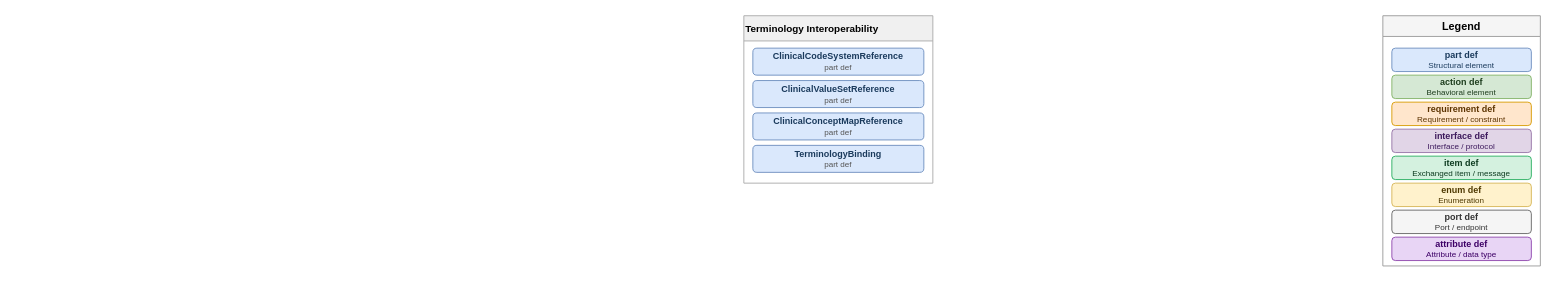
Above: page "ontology-clinical-interop" (4 of 9) of docs/src/diagrams/ontology.drawio in memoarchitect/memo-architect (draw.io), before the change. Source tidied: cells renumbered, new cells numbered last; positions are measured from the earlier drawing's top-left corner, leaving out a move shared by most shapes. Both pictures are drawn from the tidied source at 90%, with x=0, y=0 at pixel (743, 15).
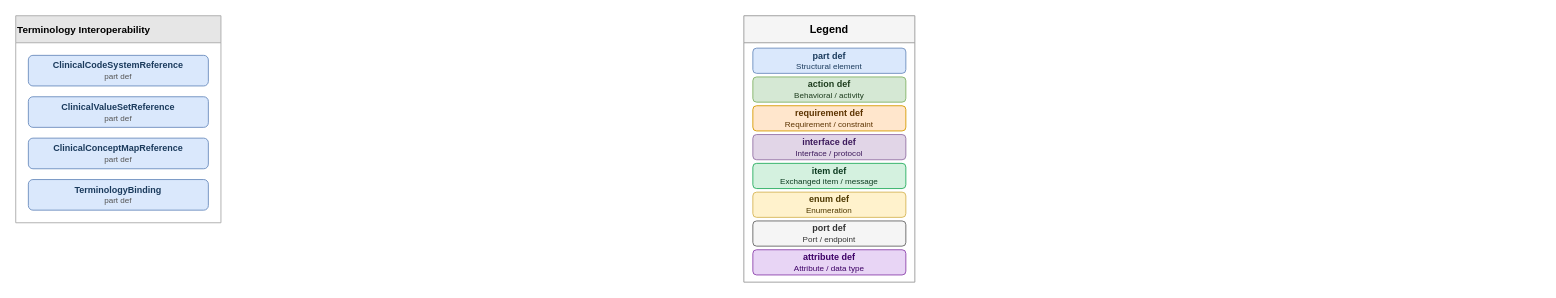
The same diagram, later.

Commit message (it also covers changes not shown here):
docs: improve ontology diagram — side-exit arrows, wider element spacing

Change to the diagram source:
```diff
@@
 <mxGraphModel>
   <root>
     <mxCell id="0" />
     <mxCell id="1" parent="0" />
+    <mxCell id="16" value="Terminology Interoperability" style="swimlane;fontStyle=1;align=left;startSize=30;fillColor=#e6e6e6;strokeColor=#aaaaaa;fontSize=11;swimlaneLine=1;" parent="1" vertex="1">
+      <mxGeometry x="-809" width="228" height="230" as="geometry" />
+    </mxCell>
+    <mxCell id="17" value="&lt;b&gt;ClinicalCodeSystemReference&lt;/b&gt;&lt;br/&gt;&lt;font style=&quot;font-size:9px;color:#555&quot;&gt;part def&lt;/font&gt;" style="rounded=1;whiteSpace=wrap;html=1;fillColor=#dae8fc;strokeColor=#6c8ebf;fontColor=#1a3a5c;fontSize=10;" parent="16" vertex="1">
+      <mxGeometry x="14" y="44" width="200" height="34" as="geometry" />
+    </mxCell>
+    <mxCell id="18" value="&lt;b&gt;ClinicalValueSetReference&lt;/b&gt;&lt;br/&gt;&lt;font style=&quot;font-size:9px;color:#555&quot;&gt;part def&lt;/font&gt;" style="rounded=1;whiteSpace=wrap;html=1;fillColor=#dae8fc;strokeColor=#6c8ebf;fontColor=#1a3a5c;fontSize=10;" parent="16" vertex="1">
+      <mxGeometry x="14" y="90" width="200" height="34" as="geometry" />
+    </mxCell>
+    <mxCell id="19" value="&lt;b&gt;ClinicalConceptMapReference&lt;/b&gt;&lt;br/&gt;&lt;font style=&quot;font-size:9px;color:#555&quot;&gt;part def&lt;/font&gt;" style="rounded=1;whiteSpace=wrap;html=1;fillColor=#dae8fc;strokeColor=#6c8ebf;fontColor=#1a3a5c;fontSize=10;" parent="16" vertex="1">
+      <mxGeometry x="14" y="136" width="200" height="34" as="geometry" />
+    </mxCell>
+    <mxCell id="20" value="&lt;b&gt;TerminologyBinding&lt;/b&gt;&lt;br/&gt;&lt;font style=&quot;font-size:9px;color:#555&quot;&gt;part def&lt;/font&gt;" style="rounded=1;whiteSpace=wrap;html=1;fillColor=#dae8fc;strokeColor=#6c8ebf;fontColor=#1a3a5c;fontSize=10;" parent="16" vertex="1">
+      <mxGeometry x="14" y="182" width="200" height="34" as="geometry" />
+    </mxCell>
-    <mxCell id="2" value="Terminology Interoperability" style="swimlane;fontStyle=1;align=left;startSize=28;fillColor=#f0f0f0;strokeColor=#aaaaaa;fontSize=11;" parent="1" vertex="1">
-      <mxGeometry width="210" height="186" as="geometry" />
+    <mxCell id="2" value="Legend" style="swimlane;fontStyle=1;align=center;startSize=30;fillColor=#f5f5f5;strokeColor=#999999;fontSize=12;" parent="1" vertex="1">
+      <mxGeometry width="190" height="296" as="geometry" />
     </mxCell>
-    <mxCell id="3" value="&lt;b&gt;ClinicalCodeSystemReference&lt;/b&gt;&lt;br/&gt;&lt;font style=&quot;font-size:9px;color:#555&quot;&gt;part def&lt;/font&gt;" style="rounded=1;whiteSpace=wrap;html=1;fillColor=#dae8fc;strokeColor=#6c8ebf;fontColor=#1a3a5c;fontSize=10;" parent="2" vertex="1">
-      <mxGeometry x="10" y="36" width="190" height="30" as="geometry" />
+    <mxCell id="3" value="&lt;b&gt;part def&lt;/b&gt;&lt;br/&gt;&lt;font style=&quot;font-size:9px&quot;&gt;Structural element&lt;/font&gt;" style="rounded=1;whiteSpace=wrap;html=1;fillColor=#dae8fc;strokeColor=#6c8ebf;fontColor=#1a3a5c;fontSize=10;" parent="2" vertex="1">
+      <mxGeometry x="10" y="36" width="170" height="28" as="geometry" />
     </mxCell>
-    <mxCell id="4" value="&lt;b&gt;ClinicalValueSetReference&lt;/b&gt;&lt;br/&gt;&lt;font style=&quot;font-size:9px;color:#555&quot;&gt;part def&lt;/font&gt;" style="rounded=1;whiteSpace=wrap;html=1;fillColor=#dae8fc;strokeColor=#6c8ebf;fontColor=#1a3a5c;fontSize=10;" parent="2" vertex="1">
-      <mxGeometry x="10" y="72" width="190" height="30" as="geometry" />
+    <mxCell id="4" value="&lt;b&gt;action def&lt;/b&gt;&lt;br/&gt;&lt;font style=&quot;font-size:9px&quot;&gt;Behavioral / activity&lt;/font&gt;" style="rounded=1;whiteSpace=wrap;html=1;fillColor=#d5e8d4;strokeColor=#82b366;fontColor=#1e3d1e;fontSize=10;" parent="2" vertex="1">
+      <mxGeometry x="10" y="68" width="170" height="28" as="geometry" />
     </mxCell>
-    <mxCell id="5" value="&lt;b&gt;ClinicalConceptMapReference&lt;/b&gt;&lt;br/&gt;&lt;font style=&quot;font-size:9px;color:#555&quot;&gt;part def&lt;/font&gt;" style="rounded=1;whiteSpace=wrap;html=1;fillColor=#dae8fc;strokeColor=#6c8ebf;fontColor=#1a3a5c;fontSize=10;" parent="2" vertex="1">
-      <mxGeometry x="10" y="108" width="190" height="30" as="geometry" />
+    <mxCell id="5" value="&lt;b&gt;requirement def&lt;/b&gt;&lt;br/&gt;&lt;font style=&quot;font-size:9px&quot;&gt;Requirement / constraint&lt;/font&gt;" style="rounded=1;whiteSpace=wrap;html=1;fillColor=#ffe6cc;strokeColor=#d79b00;fontColor=#5c3300;fontSize=10;" parent="2" vertex="1">
+      <mxGeometry x="10" y="100" width="170" height="28" as="geometry" />
     </mxCell>
-    <mxCell id="6" value="&lt;b&gt;TerminologyBinding&lt;/b&gt;&lt;br/&gt;&lt;font style=&quot;font-size:9px;color:#555&quot;&gt;part def&lt;/font&gt;" style="rounded=1;whiteSpace=wrap;html=1;fillColor=#dae8fc;strokeColor=#6c8ebf;fontColor=#1a3a5c;fontSize=10;" parent="2" vertex="1">
-      <mxGeometry x="10" y="144" width="190" height="30" as="geometry" />
+    <mxCell id="6" value="&lt;b&gt;interface def&lt;/b&gt;&lt;br/&gt;&lt;font style=&quot;font-size:9px&quot;&gt;Interface / protocol&lt;/font&gt;" style="rounded=1;whiteSpace=wrap;html=1;fillColor=#e1d5e7;strokeColor=#9673a6;fontColor=#3d1a5c;fontSize=10;" parent="2" vertex="1">
+      <mxGeometry x="10" y="132" width="170" height="28" as="geometry" />
     </mxCell>
-    <mxCell id="7" value="Legend" style="swimlane;fontStyle=1;fillColor=#f5f5f5;strokeColor=#999999;" parent="1" vertex="1">
-      <mxGeometry x="710" width="175" height="278" as="geometry" />
+    <mxCell id="7" value="&lt;b&gt;item def&lt;/b&gt;&lt;br/&gt;&lt;font style=&quot;font-size:9px&quot;&gt;Exchanged item / message&lt;/font&gt;" style="rounded=1;whiteSpace=wrap;html=1;fillColor=#d4f1df;strokeColor=#27ae60;fontColor=#0d3b20;fontSize=10;" parent="2" vertex="1">
+      <mxGeometry x="10" y="164" width="170" height="28" as="geometry" />
     </mxCell>
-    <mxCell id="8" value="&lt;b&gt;part def&lt;/b&gt;&lt;br/&gt;&lt;font style=&quot;font-size:9px&quot;&gt;Structural element&lt;/font&gt;" style="rounded=1;whiteSpace=wrap;html=1;fillColor=#dae8fc;strokeColor=#6c8ebf;fontColor=#1a3a5c;fontSize=10;" parent="7" vertex="1">
-      <mxGeometry x="10" y="36" width="155" height="26" as="geometry" />
+    <mxCell id="8" value="&lt;b&gt;enum def&lt;/b&gt;&lt;br/&gt;&lt;font style=&quot;font-size:9px&quot;&gt;Enumeration&lt;/font&gt;" style="rounded=1;whiteSpace=wrap;html=1;fillColor=#fff2cc;strokeColor=#d6b656;fontColor=#4d3800;fontSize=10;" parent="2" vertex="1">
+      <mxGeometry x="10" y="196" width="170" height="28" as="geometry" />
     </mxCell>
-    <mxCell id="9" value="&lt;b&gt;action def&lt;/b&gt;&lt;br/&gt;&lt;font style=&quot;font-size:9px&quot;&gt;Behavioral element&lt;/font&gt;" style="rounded=1;whiteSpace=wrap;html=1;fillColor=#d5e8d4;strokeColor=#82b366;fontColor=#1e3d1e;fontSize=10;" parent="7" vertex="1">
-      <mxGeometry x="10" y="66" width="155" height="26" as="geometry" />
+    <mxCell id="9" value="&lt;b&gt;port def&lt;/b&gt;&lt;br/&gt;&lt;font style=&quot;font-size:9px&quot;&gt;Port / endpoint&lt;/font&gt;" style="rounded=1;whiteSpace=wrap;html=1;fillColor=#f5f5f5;strokeColor=#666666;fontColor=#333333;fontSize=10;" parent="2" vertex="1">
+      <mxGeometry x="10" y="228" width="170" height="28" as="geometry" />
     </mxCell>
-    <mxCell id="10" value="&lt;b&gt;requirement def&lt;/b&gt;&lt;br/&gt;&lt;font style=&quot;font-size:9px&quot;&gt;Requirement / constraint&lt;/font&gt;" style="rounded=1;whiteSpace=wrap;html=1;fillColor=#ffe6cc;strokeColor=#d79b00;fontColor=#5c3300;fontSize=10;" parent="7" vertex="1">
-      <mxGeometry x="10" y="96" width="155" height="26" as="geometry" />
+    <mxCell id="10" value="&lt;b&gt;attribute def&lt;/b&gt;&lt;br/&gt;&lt;font style=&quot;font-size:9px&quot;&gt;Attribute / data type&lt;/font&gt;" style="rounded=1;whiteSpace=wrap;html=1;fillColor=#e8d5f5;strokeColor=#8e44ad;fontColor=#3d0066;fontSize=10;" parent="2" vertex="1">
+      <mxGeometry x="10" y="260" width="170" height="28" as="geometry" />
     </mxCell>
-    <mxCell id="11" value="&lt;b&gt;interface def&lt;/b&gt;&lt;br/&gt;&lt;font style=&quot;font-size:9px&quot;&gt;Interface / protocol&lt;/font&gt;" style="rounded=1;whiteSpace=wrap;html=1;fillColor=#e1d5e7;strokeColor=#9673a6;fontColor=#3d1a5c;fontSize=10;" parent="7" vertex="1">
-      <mxGeometry x="10" y="126" width="155" height="26" as="geometry" />
-    </mxCell>
-    <mxCell id="12" value="&lt;b&gt;item def&lt;/b&gt;&lt;br/&gt;&lt;font style=&quot;font-size:9px&quot;&gt;Exchanged item / message&lt;/font&gt;" style="rounded=1;whiteSpace=wrap;html=1;fillColor=#d4f1df;strokeColor=#27ae60;fontColor=#0d3b20;fontSize=10;" parent="7" vertex="1">
-      <mxGeometry x="10" y="156" width="155" height="26" as="geometry" />
-    </mxCell>
-    <mxCell id="13" value="&lt;b&gt;enum def&lt;/b&gt;&lt;br/&gt;&lt;font style=&quot;font-size:9px&quot;&gt;Enumeration&lt;/font&gt;" style="rounded=1;whiteSpace=wrap;html=1;fillColor=#fff2cc;strokeColor=#d6b656;fontColor=#4d3800;fontSize=10;" parent="7" vertex="1">
-      <mxGeometry x="10" y="186" width="155" height="26" as="geometry" />
-    </mxCell>
-    <mxCell id="14" value="&lt;b&gt;port def&lt;/b&gt;&lt;br/&gt;&lt;font style=&quot;font-size:9px&quot;&gt;Port / endpoint&lt;/font&gt;" style="rounded=1;whiteSpace=wrap;html=1;fillColor=#f5f5f5;strokeColor=#666666;fontColor=#333333;fontSize=10;" parent="7" vertex="1">
-      <mxGeometry x="10" y="216" width="155" height="26" as="geometry" />
-    </mxCell>
-    <mxCell id="15" value="&lt;b&gt;attribute def&lt;/b&gt;&lt;br/&gt;&lt;font style=&quot;font-size:9px&quot;&gt;Attribute / data type&lt;/font&gt;" style="rounded=1;whiteSpace=wrap;html=1;fillColor=#e8d5f5;strokeColor=#8e44ad;fontColor=#3d0066;fontSize=10;" parent="7" vertex="1">
-      <mxGeometry x="10" y="246" width="155" height="26" as="geometry" />
-    </mxCell>
   </root>
 </mxGraphModel>
```
